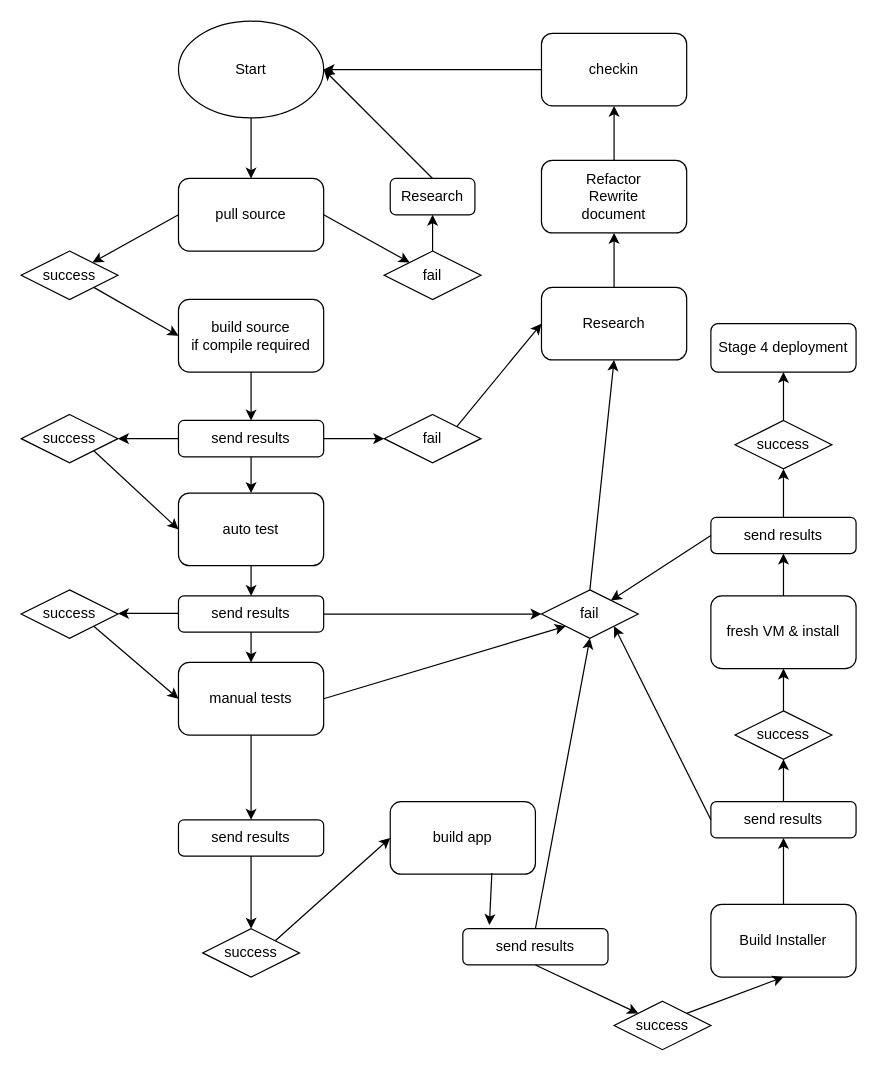
Above: src/Docs/DesignThoughts/ci-cd/CICDprocess_10kView.drawio in clockworksspheres/ramdisk (draw.io), before the change. Source tidied: cells renumbered, new cells numbered last; positions are measured from the earlier drawing's top-left corner, leaving out a move shared by most shapes. Both pictures are drawn from the tidied source at 121%, with x=0, y=0 at pixel (21, 21).
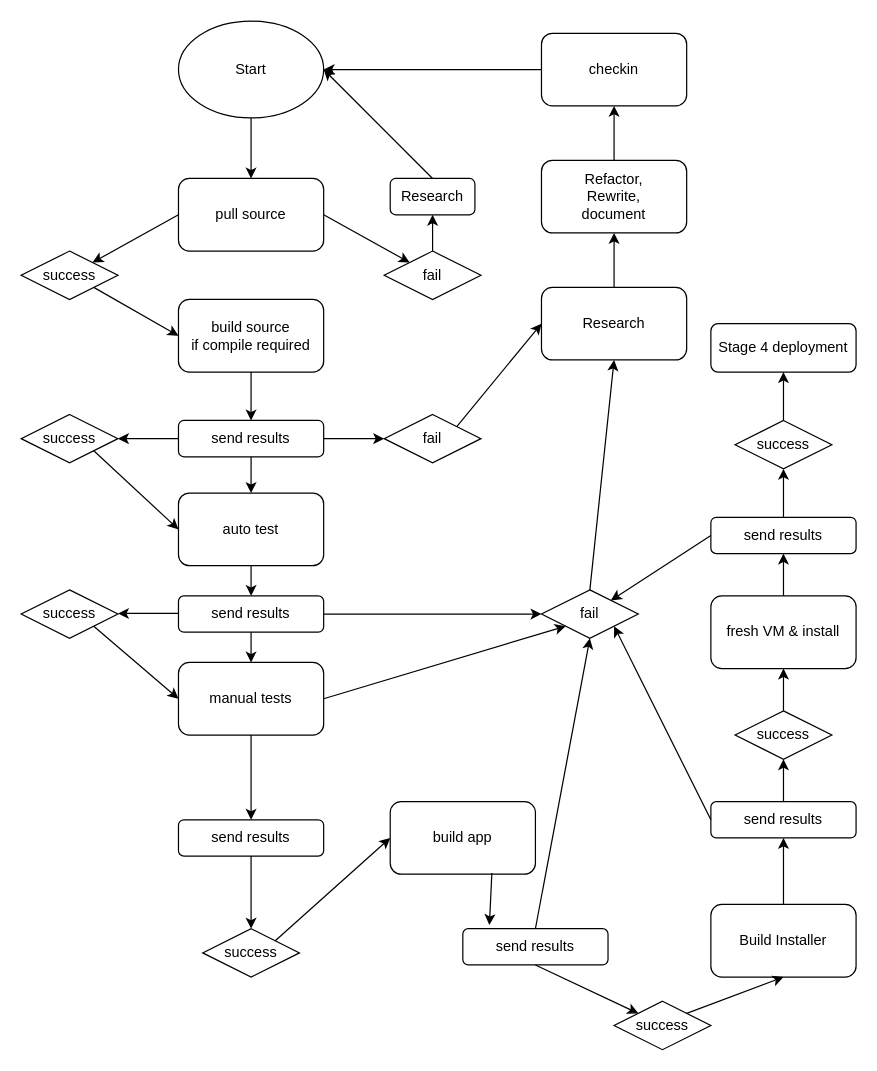
The same page after the edit.

What changed in the source:
```diff
@@
-    <mxCell id="5" value="Refactor&lt;div&gt;Rewrite&lt;/div&gt;&lt;div&gt;document&lt;/div&gt;" style="rounded=1;whiteSpace=wrap;html=1;" parent="1" vertex="1">
+    <mxCell id="5" value="Refactor,&lt;div&gt;Rewrite,&lt;/div&gt;&lt;div&gt;document&lt;/div&gt;" style="rounded=1;whiteSpace=wrap;html=1;" parent="1" vertex="1">
       <mxGeometry x="430" y="115" width="120" height="60" as="geometry" />
     </mxCell>
```
